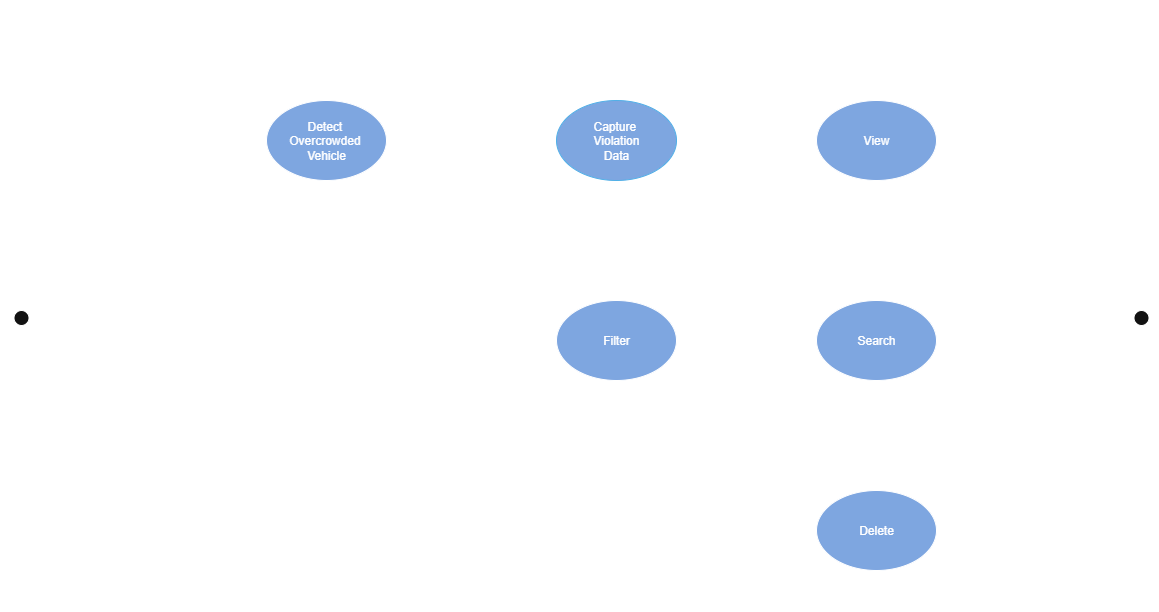
The draw.io diagram Use Case Diagram.png in safe-ride-AI/unsafe-passenger-detection, before a commit. Source tidied: cells renumbered, new cells last; positions are measured from the earlier drawing's top-left corner, leaving out a move shared by most shapes.
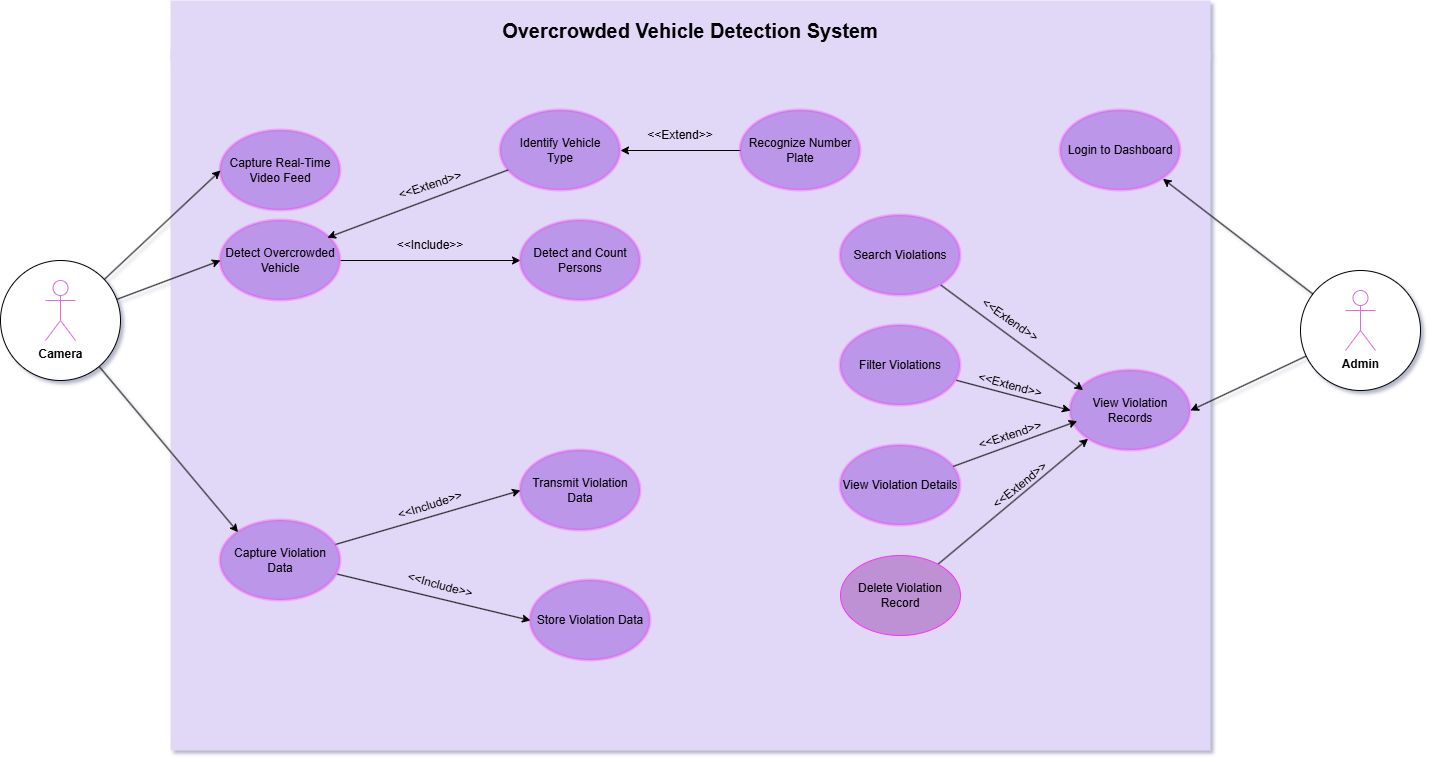
The same diagram one commit later.

Commit message:
functional Requirements and use case diagram updated

The edit, as a diff of the source:
```diff
@@ -2,61 +2,134 @@
   <root>
     <mxCell id="0" />
     <mxCell id="1" parent="0" />
-    <mxCell id="2" value="Search" style="ellipse;whiteSpace=wrap;html=1;fillColor=light-dark(#FFFFFF,#7EA6E0);" parent="1" vertex="1">
-      <mxGeometry x="810" y="300" width="120" height="80" as="geometry" />
-    </mxCell>
-    <mxCell id="3" value="Delete" style="ellipse;whiteSpace=wrap;html=1;fillColor=light-dark(#FFFFFF,#7EA6E0);" parent="1" vertex="1">
-      <mxGeometry x="810" y="490" width="120" height="80" as="geometry" />
-    </mxCell>
-    <mxCell id="4" value="View" style="ellipse;whiteSpace=wrap;html=1;fillColor=light-dark(#FFFFFF,#7EA6E0);" parent="1" vertex="1">
-      <mxGeometry x="810" y="100" width="120" height="80" as="geometry" />
-    </mxCell>
-    <mxCell id="5" style="edgeStyle=orthogonalEdgeStyle;rounded=0;jettySize=auto;html=1;entryX=0;entryY=0.5;entryDx=0;entryDy=0;" parent="1" edge="1" source="6" target="7">
-      <mxGeometry relative="1" as="geometry" />
-    </mxCell>
+    <mxCell id="19" style="rounded=0;whiteSpace=wrap;html=1;fillColor=light-dark(#E1D8F7,#E1D8F7);strokeColor=none;" parent="1" vertex="1">
+      <mxGeometry x="9140" y="7630" width="1040" height="700" as="geometry" />
+    </mxCell>
+    <mxCell id="20" value="&lt;font style=&quot;color: light-dark(rgb(0, 0, 0), rgb(0, 0, 0));&quot;&gt;Capture Real-Time Video Feed&lt;/font&gt;" style="ellipse;whiteSpace=wrap;html=1;fillColor=light-dark(#6600CC,#7F00FF);fontColor=#000000;strokeColor=light-dark(#FF2EFF,#FF2EFF);fillStyle=auto;gradientColor=none;strokeWidth=3;opacity=30;" parent="1" vertex="1">
+      <mxGeometry x="9190" y="7710" width="120" height="80" as="geometry" />
+    </mxCell>
+    <mxCell id="21" style="edgeStyle=orthogonalEdgeStyle;rounded=0;jettySize=auto;html=1;entryX=0;entryY=0.5;entryDx=0;entryDy=0;strokeColor=light-dark(#000000,#000000);" parent="1" edge="1" source="6" target="22">
+      <mxGeometry relative="1" as="geometry" />
+    </mxCell>
-    <mxCell id="6" value="Detect&amp;nbsp;&lt;div&gt;Overcrowded&amp;nbsp;&lt;/div&gt;&lt;div&gt;Vehicle&lt;/div&gt;" style="ellipse;whiteSpace=wrap;html=1;fillColor=light-dark(#FFFFFF,#7EA6E0);" parent="1" vertex="1">
-      <mxGeometry x="260" y="100" width="120" height="80" as="geometry" />
+    <mxCell id="6" value="&lt;font style=&quot;color: light-dark(rgb(0, 0, 0), rgb(0, 0, 0));&quot;&gt;Detect Overcrowded Vehicle&lt;/font&gt;" style="ellipse;whiteSpace=wrap;html=1;fillColor=light-dark(#6600CC,#7F00FF);fontColor=#000000;strokeColor=light-dark(#FF2EFF,#FF2EFF);fillStyle=auto;gradientColor=none;strokeWidth=3;opacity=30;" parent="1" vertex="1">
+      <mxGeometry x="9190" y="7800" width="120" height="80" as="geometry" />
     </mxCell>
+    <mxCell id="22" value="&lt;font style=&quot;color: light-dark(rgb(0, 0, 0), rgb(0, 0, 0));&quot;&gt;Detect and Count Persons&lt;/font&gt;" style="ellipse;whiteSpace=wrap;html=1;fillColor=light-dark(#6600CC,#7F00FF);fontColor=#000000;strokeColor=light-dark(#FF2EFF,#FF2EFF);fillStyle=auto;gradientColor=none;strokeWidth=3;opacity=30;" parent="1" vertex="1">
+      <mxGeometry x="9490" y="7800" width="120" height="80" as="geometry" />
+    </mxCell>
+    <mxCell id="23" value="&lt;font style=&quot;color: light-dark(rgb(0, 0, 0), rgb(0, 0, 0));&quot;&gt;&amp;lt;&amp;lt;Include&amp;gt;&amp;gt;&lt;/font&gt;" style="text;html=1;whiteSpace=wrap;strokeColor=none;fillColor=none;align=center;verticalAlign=middle;rounded=0;" parent="1" vertex="1">
+      <mxGeometry x="9370" y="7810" width="60" height="30" as="geometry" />
+    </mxCell>
+    <mxCell id="24" value="&lt;font style=&quot;color: light-dark(rgb(0, 0, 0), rgb(0, 0, 0));&quot;&gt;&amp;lt;&amp;lt;Extend&amp;gt;&amp;gt;&lt;/font&gt;" style="text;html=1;whiteSpace=wrap;strokeColor=none;fillColor=none;align=center;verticalAlign=middle;rounded=0;rotation=35;" parent="1" vertex="1">
+      <mxGeometry x="9950" y="7885" width="60" height="30" as="geometry" />
+    </mxCell>
+    <mxCell id="25" value="&lt;font style=&quot;color: light-dark(rgb(0, 0, 0), rgb(0, 0, 0));&quot;&gt;Identify Vehicle&lt;/font&gt;&lt;div&gt;&lt;span style=&quot;color: light-dark(rgb(0, 0, 0), rgb(0, 0, 0)); background-color: transparent;&quot;&gt;Type&lt;/span&gt;&lt;/div&gt;" style="ellipse;whiteSpace=wrap;html=1;fillColor=light-dark(#6600CC,#7F00FF);fontColor=#000000;strokeColor=light-dark(#FF2EFF,#FF2EFF);fillStyle=auto;gradientColor=none;strokeWidth=3;opacity=30;" parent="1" vertex="1">
+      <mxGeometry x="9470" y="7690" width="120" height="80" as="geometry" />
+    </mxCell>
+    <mxCell id="26" style="rounded=0;jettySize=auto;html=1;entryX=0.891;entryY=0.214;entryDx=0;entryDy=0;entryPerimeter=0;strokeColor=light-dark(#000000,#000000);" parent="1" edge="1" source="25" target="6">
+      <mxGeometry relative="1" as="geometry" />
+    </mxCell>
+    <mxCell id="27" value="&lt;font style=&quot;color: light-dark(rgb(0, 0, 0), rgb(0, 0, 0));&quot;&gt;&amp;lt;&amp;lt;Extend&amp;gt;&amp;gt;&lt;/font&gt;" style="text;html=1;whiteSpace=wrap;strokeColor=none;fillColor=none;align=center;verticalAlign=middle;rounded=0;rotation=-18;" parent="1" vertex="1">
+      <mxGeometry x="9370" y="7750" width="60" height="30" as="geometry" />
+    </mxCell>
+    <mxCell id="28" style="rounded=0;jettySize=auto;html=1;entryX=0;entryY=0.5;entryDx=0;entryDy=0;strokeColor=light-dark(#000000,#000000);" parent="1" edge="1" source="7" target="30">
+      <mxGeometry relative="1" as="geometry" />
+    </mxCell>
+    <mxCell id="29" style="rounded=0;jettySize=auto;html=1;entryX=0;entryY=0.5;entryDx=0;entryDy=0;strokeColor=light-dark(#000000,#000000);" parent="1" edge="1" source="7" target="31">
+      <mxGeometry relative="1" as="geometry" />
+    </mxCell>
-    <mxCell id="7" value="&lt;font style=&quot;color: light-dark(rgb(0, 0, 0), rgb(255, 255, 255));&quot;&gt;Capture&amp;nbsp;&lt;/font&gt;&lt;div&gt;&lt;font style=&quot;color: light-dark(rgb(0, 0, 0), rgb(255, 255, 255));&quot;&gt;Violation&lt;/font&gt;&lt;/div&gt;&lt;div&gt;&lt;font style=&quot;color: light-dark(rgb(0, 0, 0), rgb(255, 255, 255));&quot;&gt;Data&lt;/font&gt;&lt;/div&gt;" style="ellipse;whiteSpace=wrap;html=1;fillColor=light-dark(#1BA1E2,#7EA6E0);fontColor=#ffffff;strokeColor=#006EAF;" parent="1" vertex="1">
-      <mxGeometry x="550" y="100" width="120" height="80" as="geometry" />
+    <mxCell id="7" value="&lt;font style=&quot;color: light-dark(rgb(0, 0, 0), rgb(0, 0, 0));&quot;&gt;Capture Violation Data&lt;/font&gt;" style="ellipse;whiteSpace=wrap;html=1;fillColor=light-dark(#6600CC,#7F00FF);fontColor=#000000;strokeColor=light-dark(#FF2EFF,#FF2EFF);fillStyle=auto;gradientColor=none;strokeWidth=3;opacity=30;" parent="1" vertex="1">
+      <mxGeometry x="9190" y="8100" width="120" height="80" as="geometry" />
     </mxCell>
-    <mxCell id="8" style="edgeStyle=orthogonalEdgeStyle;rounded=0;jettySize=auto;html=1;entryX=0;entryY=0.5;entryDx=0;entryDy=0;dashed=1;" parent="1" edge="1" source="9" target="2">
-      <mxGeometry relative="1" as="geometry" />
-    </mxCell>
-    <mxCell id="9" value="Filter" style="ellipse;whiteSpace=wrap;html=1;fillColor=light-dark(#FFFFFF,#7EA6E0);" parent="1" vertex="1">
-      <mxGeometry x="550" y="300" width="120" height="80" as="geometry" />
-    </mxCell>
-    <mxCell id="10" value="&amp;lt;&amp;lt;extend&amp;gt;&amp;gt;" style="text;html=1;align=center;verticalAlign=middle;strokeColor=none;fillColor=none;" parent="1" vertex="1">
-      <mxGeometry x="690" y="310" width="90" height="30" as="geometry" />
-    </mxCell>
-    <mxCell id="11" value="&amp;lt;&amp;lt;include&amp;gt;&amp;gt;" style="text;html=1;align=center;verticalAlign=middle;strokeColor=none;fillColor=none;" parent="1" vertex="1">
-      <mxGeometry x="420" y="110" width="90" height="30" as="geometry" />
-    </mxCell>
-    <mxCell id="12" style="edgeStyle=orthogonalEdgeStyle;rounded=0;jettySize=auto;html=1;entryX=0;entryY=0.5;entryDx=0;entryDy=0;" parent="1" edge="1" source="13" target="6">
-      <mxGeometry relative="1" as="geometry">
-        <Array as="points">
-          <mxPoint x="90" y="340" />
-          <mxPoint x="90" y="140" />
-        </Array>
-      </mxGeometry>
-    </mxCell>
+    <mxCell id="30" value="&lt;font style=&quot;color: light-dark(rgb(0, 0, 0), rgb(0, 0, 0));&quot;&gt;Transmit Violation Data&lt;/font&gt;" style="ellipse;whiteSpace=wrap;html=1;fillColor=light-dark(#6600CC,#7F00FF);fontColor=#000000;strokeColor=light-dark(#FF2EFF,#FF2EFF);fillStyle=auto;gradientColor=none;strokeWidth=3;opacity=30;" parent="1" vertex="1">
+      <mxGeometry x="9490" y="8030" width="120" height="80" as="geometry" />
+    </mxCell>
+    <mxCell id="31" value="&lt;font style=&quot;color: light-dark(rgb(0, 0, 0), rgb(0, 0, 0));&quot;&gt;Store Violation Data&lt;/font&gt;" style="ellipse;whiteSpace=wrap;html=1;fillColor=light-dark(#6600CC,#7F00FF);fontColor=#000000;strokeColor=light-dark(#FF2EFF,#FF2EFF);fillStyle=auto;gradientColor=none;strokeWidth=3;opacity=30;" parent="1" vertex="1">
+      <mxGeometry x="9500" y="8160" width="120" height="80" as="geometry" />
+    </mxCell>
+    <mxCell id="32" value="&lt;font style=&quot;color: light-dark(rgb(0, 0, 0), rgb(0, 0, 0));&quot;&gt;&amp;lt;&amp;lt;Include&amp;gt;&amp;gt;&lt;/font&gt;" style="text;html=1;whiteSpace=wrap;strokeColor=none;fillColor=none;align=center;verticalAlign=middle;rounded=0;rotation=-18;" parent="1" vertex="1">
+      <mxGeometry x="9370" y="8070" width="60" height="30" as="geometry" />
+    </mxCell>
+    <mxCell id="33" value="&lt;font style=&quot;color: light-dark(rgb(0, 0, 0), rgb(0, 0, 0));&quot;&gt;&amp;lt;&amp;lt;Include&amp;gt;&amp;gt;&lt;/font&gt;" style="text;html=1;whiteSpace=wrap;strokeColor=none;fillColor=none;align=center;verticalAlign=middle;rounded=0;rotation=15;" parent="1" vertex="1">
+      <mxGeometry x="9380" y="8150" width="60" height="30" as="geometry" />
+    </mxCell>
+    <mxCell id="34" value="&lt;font style=&quot;color: light-dark(rgb(0, 0, 0), rgb(0, 0, 0));&quot;&gt;Login to Dashboard&lt;/font&gt;" style="ellipse;whiteSpace=wrap;html=1;fillColor=light-dark(#6600CC,#7F00FF);fontColor=#000000;strokeColor=light-dark(#FF2EFF,#FF2EFF);fillStyle=auto;gradientColor=none;strokeWidth=3;opacity=30;" parent="1" vertex="1">
+      <mxGeometry x="10030" y="7690" width="120" height="80" as="geometry" />
+    </mxCell>
+    <mxCell id="35" value="&lt;font style=&quot;color: light-dark(rgb(0, 0, 0), rgb(0, 0, 0));&quot;&gt;View Violation Records&lt;/font&gt;" style="ellipse;whiteSpace=wrap;html=1;fillColor=light-dark(#6600CC,#7F00FF);fontColor=#000000;strokeColor=light-dark(#FF2EFF,#FF2EFF);fillStyle=auto;gradientColor=none;strokeWidth=3;opacity=30;" parent="1" vertex="1">
+      <mxGeometry x="10040" y="7950" width="120" height="80" as="geometry" />
+    </mxCell>
+    <mxCell id="36" value="&lt;font style=&quot;color: light-dark(rgb(0, 0, 0), rgb(0, 0, 0));&quot;&gt;Search Violations&lt;/font&gt;" style="ellipse;whiteSpace=wrap;html=1;fillColor=light-dark(#6600CC,#7F00FF);fontColor=#000000;strokeColor=light-dark(#FF2EFF,#FF2EFF);fillStyle=auto;gradientColor=none;strokeWidth=3;opacity=30;" parent="1" vertex="1">
+      <mxGeometry x="9810" y="7795" width="120" height="80" as="geometry" />
+    </mxCell>
+    <mxCell id="37" style="rounded=0;jettySize=auto;html=1;entryX=0;entryY=0.5;entryDx=0;entryDy=0;strokeColor=light-dark(#000000,#000000);" parent="1" edge="1" source="38" target="35">
+      <mxGeometry relative="1" as="geometry" />
+    </mxCell>
+    <mxCell id="38" value="&lt;font style=&quot;color: light-dark(rgb(0, 0, 0), rgb(0, 0, 0));&quot;&gt;Filter Violations&lt;/font&gt;" style="ellipse;whiteSpace=wrap;html=1;fillColor=light-dark(#6600CC,#7F00FF);fontColor=#000000;strokeColor=light-dark(#FF2EFF,#FF2EFF);fillStyle=auto;gradientColor=none;strokeWidth=3;opacity=30;" parent="1" vertex="1">
+      <mxGeometry x="9810" y="7905" width="120" height="80" as="geometry" />
+    </mxCell>
+    <mxCell id="39" value="&lt;font style=&quot;color: light-dark(rgb(0, 0, 0), rgb(0, 0, 0));&quot;&gt;View Violation Details&lt;/font&gt;" style="ellipse;whiteSpace=wrap;html=1;fillColor=light-dark(#6600CC,#7F00FF);fontColor=#000000;strokeColor=light-dark(#FF2EFF,#FF2EFF);fillStyle=auto;gradientColor=none;strokeWidth=3;opacity=30;" parent="1" vertex="1">
+      <mxGeometry x="9810" y="8025" width="120" height="80" as="geometry" />
+    </mxCell>
+    <mxCell id="40" style="rounded=0;jettySize=auto;html=1;entryX=0;entryY=1;entryDx=0;entryDy=0;strokeColor=light-dark(#000000,#000000);" parent="1" edge="1" source="41" target="35">
+      <mxGeometry relative="1" as="geometry" />
+    </mxCell>
+    <mxCell id="41" value="&lt;font style=&quot;color: light-dark(rgb(0, 0, 0), rgb(0, 0, 0));&quot;&gt;Delete Violation Record&lt;/font&gt;" style="ellipse;whiteSpace=wrap;html=1;fillColor=light-dark(#BE90D4,#BE90D4);fontColor=#000000;strokeColor=light-dark(#FF2EFF,#FF2EFF);fillStyle=auto;gradientColor=none;strokeWidth=1;" parent="1" vertex="1">
+      <mxGeometry x="9810" y="8135" width="120" height="80" as="geometry" />
+    </mxCell>
+    <mxCell id="42" value="&lt;font style=&quot;color: light-dark(rgb(0, 0, 0), rgb(0, 0, 0)); font-size: 20px;&quot;&gt;&lt;b style=&quot;&quot;&gt;Overcrowded Vehicle Detection System&lt;/b&gt;&lt;/font&gt;" style="rounded=0;whiteSpace=wrap;html=1;fillColor=light-dark(#E1D8F7,#E1D8F7);strokeColor=none;" parent="1" vertex="1">
+      <mxGeometry x="9140" y="7580" width="1040" height="60" as="geometry" />
+    </mxCell>
+    <mxCell id="43" style="rounded=0;jettySize=auto;html=1;entryX=0;entryY=0.5;entryDx=0;entryDy=0;strokeColor=light-dark(#000000,#000000);" parent="1" edge="1" source="46" target="20">
+      <mxGeometry relative="1" as="geometry" />
+    </mxCell>
+    <mxCell id="44" style="rounded=0;jettySize=auto;html=1;entryX=0;entryY=0.5;entryDx=0;entryDy=0;strokeColor=light-dark(#000000,#000000);" parent="1" edge="1" source="46" target="6">
+      <mxGeometry relative="1" as="geometry" />
+    </mxCell>
+    <mxCell id="45" style="rounded=0;jettySize=auto;html=1;entryX=0;entryY=0;entryDx=0;entryDy=0;strokeColor=light-dark(#000000,#000000);" parent="1" edge="1" source="46" target="7">
+      <mxGeometry relative="1" as="geometry" />
+    </mxCell>
+    <mxCell id="46" style="ellipse;whiteSpace=wrap;html=1;strokeColor=default;fillColor=light-dark(#FFFFFF,#E1D8F7);" parent="1" vertex="1">
+      <mxGeometry x="8970" y="7840" width="120" height="120" as="geometry" />
+    </mxCell>
-    <mxCell id="13" value="Camera" style="shape=umlActor;verticalLabelPosition=bottom;verticalAlign=top;html=1;outlineConnect=0;" parent="1" vertex="1">
-      <mxGeometry y="310" width="30" height="60" as="geometry" />
+    <mxCell id="13" value="&lt;font style=&quot;color: light-dark(rgb(0, 0, 0), rgb(0, 0, 0));&quot;&gt;&lt;b&gt;Camera&lt;/b&gt;&lt;/font&gt;" style="shape=umlActor;verticalLabelPosition=bottom;verticalAlign=top;html=1;outlineConnect=0;strokeColor=light-dark(#DA70D6,#DA70D6);" parent="1" vertex="1">
+      <mxGeometry x="9015" y="7860" width="30" height="60" as="geometry" />
     </mxCell>
-    <mxCell id="14" style="edgeStyle=orthogonalEdgeStyle;rounded=0;jettySize=auto;html=1;entryX=1;entryY=0.5;entryDx=0;entryDy=0;" parent="1" edge="1" source="17" target="4">
-      <mxGeometry relative="1" as="geometry" />
-    </mxCell>
-    <mxCell id="15" style="edgeStyle=orthogonalEdgeStyle;rounded=0;jettySize=auto;html=1;entryX=1;entryY=0.5;entryDx=0;entryDy=0;" parent="1" edge="1" source="17" target="2">
-      <mxGeometry relative="1" as="geometry" />
-    </mxCell>
-    <mxCell id="16" style="edgeStyle=orthogonalEdgeStyle;rounded=0;jettySize=auto;html=1;entryX=1;entryY=0.5;entryDx=0;entryDy=0;" parent="1" edge="1" source="17" target="3">
-      <mxGeometry relative="1" as="geometry" />
-    </mxCell>
+    <mxCell id="47" style="rounded=0;jettySize=auto;html=1;entryX=1;entryY=1;entryDx=0;entryDy=0;strokeColor=light-dark(#000000,#000000);" parent="1" edge="1" source="49" target="34">
+      <mxGeometry relative="1" as="geometry" />
+    </mxCell>
+    <mxCell id="48" style="rounded=0;jettySize=auto;html=1;entryX=1;entryY=0.5;entryDx=0;entryDy=0;strokeColor=light-dark(#000000,#000000);" parent="1" edge="1" source="49" target="35">
+      <mxGeometry relative="1" as="geometry" />
+    </mxCell>
+    <mxCell id="49" style="ellipse;whiteSpace=wrap;html=1;strokeColor=default;fillColor=light-dark(#FFFFFF,#E1D8F7);" parent="1" vertex="1">
+      <mxGeometry x="10270" y="7850" width="120" height="120" as="geometry" />
+    </mxCell>
-    <mxCell id="17" value="Admin" style="shape=umlActor;verticalLabelPosition=bottom;verticalAlign=top;html=1;outlineConnect=0;" parent="1" vertex="1">
-      <mxGeometry x="1120" y="310" width="30" height="60" as="geometry" />
+    <mxCell id="17" value="&lt;font style=&quot;color: light-dark(rgb(0, 0, 0), rgb(0, 0, 0));&quot;&gt;&lt;b&gt;Admin&lt;/b&gt;&lt;/font&gt;" style="shape=umlActor;verticalLabelPosition=bottom;verticalAlign=top;html=1;outlineConnect=0;strokeColor=light-dark(#DA70D6,#DA70D6);" parent="1" vertex="1">
+      <mxGeometry x="10315" y="7870" width="30" height="60" as="geometry" />
     </mxCell>
-    <mxCell id="18" value="Safe-Ride-AI" style="swimlane;whiteSpace=wrap;html=1;fillColor=none;" parent="1" vertex="1">
-      <mxGeometry x="120" width="870" height="610" as="geometry" />
-    </mxCell>
+    <mxCell id="50" style="rounded=0;jettySize=auto;html=1;entryX=0.105;entryY=0.245;entryDx=0;entryDy=0;entryPerimeter=0;strokeColor=light-dark(#000000,#000000);" parent="1" edge="1" source="36" target="35">
+      <mxGeometry relative="1" as="geometry" />
+    </mxCell>
+    <mxCell id="51" style="rounded=0;jettySize=auto;html=1;entryX=0.056;entryY=0.633;entryDx=0;entryDy=0;entryPerimeter=0;strokeColor=light-dark(#000000,#000000);" parent="1" edge="1" source="39" target="35">
+      <mxGeometry relative="1" as="geometry" />
+    </mxCell>
+    <mxCell id="52" value="&lt;font style=&quot;color: light-dark(rgb(0, 0, 0), rgb(0, 0, 0));&quot;&gt;&amp;lt;&amp;lt;Extend&amp;gt;&amp;gt;&lt;/font&gt;" style="text;html=1;whiteSpace=wrap;strokeColor=none;fillColor=none;align=center;verticalAlign=middle;rounded=0;rotation=15;" parent="1" vertex="1">
+      <mxGeometry x="9950" y="7950" width="60" height="30" as="geometry" />
+    </mxCell>
+    <mxCell id="53" value="&lt;font style=&quot;color: light-dark(rgb(0, 0, 0), rgb(0, 0, 0));&quot;&gt;&amp;lt;&amp;lt;Extend&amp;gt;&amp;gt;&lt;/font&gt;" style="text;html=1;whiteSpace=wrap;strokeColor=none;fillColor=none;align=center;verticalAlign=middle;rounded=0;rotation=-18;" parent="1" vertex="1">
+      <mxGeometry x="9950" y="8000" width="60" height="30" as="geometry" />
+    </mxCell>
+    <mxCell id="54" value="&lt;font style=&quot;color: light-dark(rgb(0, 0, 0), rgb(0, 0, 0));&quot;&gt;&amp;lt;&amp;lt;Extend&amp;gt;&amp;gt;&lt;/font&gt;" style="text;html=1;whiteSpace=wrap;strokeColor=none;fillColor=none;align=center;verticalAlign=middle;rounded=0;rotation=-39;" parent="1" vertex="1">
+      <mxGeometry x="9960" y="8050" width="60" height="30" as="geometry" />
+    </mxCell>
+    <mxCell id="55" style="edgeStyle=orthogonalEdgeStyle;rounded=0;jettySize=auto;html=1;entryX=1;entryY=0.5;entryDx=0;entryDy=0;strokeColor=light-dark(#000000,#000000);" parent="1" edge="1" source="56" target="25">
+      <mxGeometry relative="1" as="geometry" />
+    </mxCell>
+    <mxCell id="56" value="&lt;font style=&quot;color: light-dark(rgb(0, 0, 0), rgb(0, 0, 0));&quot;&gt;Recognize Number Plate&lt;/font&gt;" style="ellipse;whiteSpace=wrap;html=1;fillColor=light-dark(#6600CC,#7F00FF);fontColor=#000000;strokeColor=light-dark(#FF2EFF,#FF2EFF);fillStyle=auto;gradientColor=none;strokeWidth=3;opacity=30;" parent="1" vertex="1">
+      <mxGeometry x="9710" y="7690" width="120" height="80" as="geometry" />
+    </mxCell>
+    <mxCell id="57" value="&lt;font style=&quot;color: light-dark(rgb(0, 0, 0), rgb(0, 0, 0));&quot;&gt;&amp;lt;&amp;lt;Extend&amp;gt;&amp;gt;&lt;/font&gt;" style="text;html=1;whiteSpace=wrap;strokeColor=none;fillColor=none;align=center;verticalAlign=middle;rounded=0;rotation=0;" parent="1" vertex="1">
+      <mxGeometry x="9620" y="7700" width="60" height="30" as="geometry" />
+    </mxCell>
   </root>
 </mxGraphModel>
```
